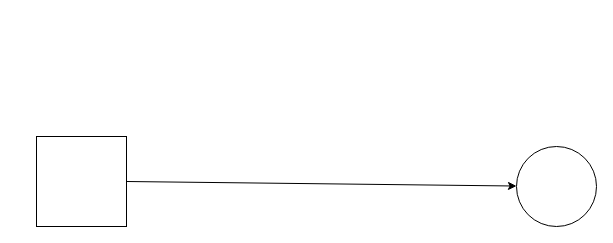
Earlier version of the draw.io diagram 未命名绘图.drawio (sanlihe302/learngit). Source tidied: cells renumbered, new cells numbered last; positions are measured from the earlier drawing's top-left corner, leaving out a move shared by most shapes. Both pictures are drawn from the tidied source at 100%, with x=0, y=0 at pixel (36, 136). Pictures stored in the file or linked from it are replaced by grey dashed boxes.
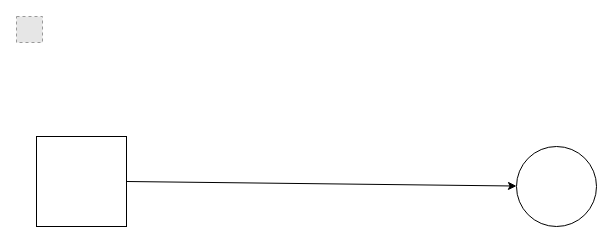
After the change.

Commit message (it also covers changes not shown here):
更新未命名绘图.drawio

Diff of the diagram source:
```diff
@@
 <mxGraphModel>
   <root>
     <mxCell id="0" />
     <mxCell id="1" parent="0" />
     <mxCell id="2" style="edgeStyle=none;rounded=0;jettySize=auto;html=1;exitX=1;exitY=0.5;exitDx=0;exitDy=0;" parent="1" edge="1" source="3" target="4">
       <mxGeometry relative="1" as="geometry" />
     </mxCell>
     <mxCell id="3" style="whiteSpace=wrap;html=1;" parent="1" vertex="1">
       <mxGeometry width="90" height="90" as="geometry" />
     </mxCell>
     <mxCell id="4" style="ellipse;whiteSpace=wrap;html=1;" parent="1" vertex="1">
       <mxGeometry x="480" y="10" width="80" height="80" as="geometry" />
     </mxCell>
+    <mxCell id="5" style="fillColor=#E6E6E6;strokeColor=#999999;dashed=1;verticalLabelPosition=bottom;labelBackgroundColor=default;verticalAlign=top;" parent="1" vertex="1">
+      <mxGeometry x="-20" y="-120" width="26" height="26" as="geometry" />
+    </mxCell>
   </root>
 </mxGraphModel>
```
